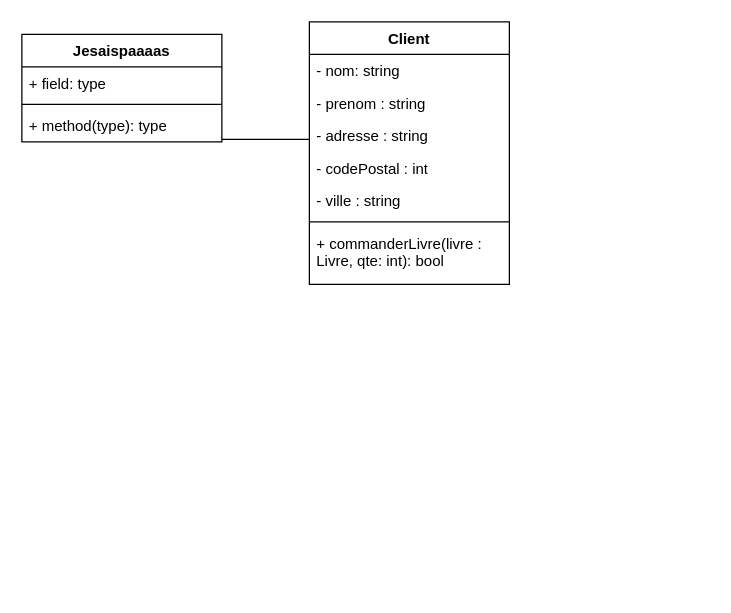
Earlier version of the draw.io diagram diagrammedeclasse.drawio (NolhanDolou/SAE_JAVA). Source tidied: cells renumbered, new cells numbered last; positions are measured from the earlier drawing's top-left corner, leaving out a move shared by most shapes. Both pictures are drawn from the tidied source at 125%, with x=0, y=0 at pixel (21, 21).
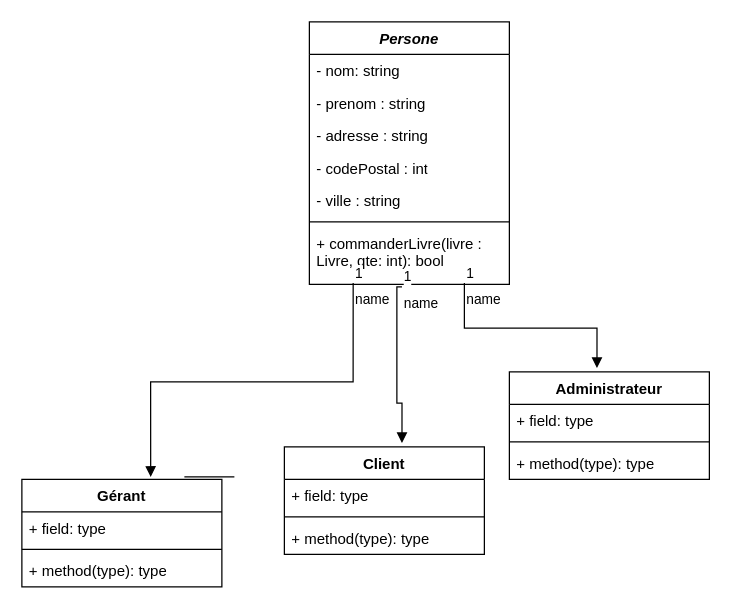
After the change.

Commit message:
Mettre à jour diagrammedeclasse.drawio

Unchanged cells that the change refers to:
```xml
<mxCell id="9" value="+ commanderLivre(livre : Livre, qte: int): bool" style="text;strokeColor=none;fillColor=none;align=left;verticalAlign=top;spacingLeft=4;spacingRight=4;overflow=hidden;points=[[0,0.5],[1,0.5]];portConstraint=eastwest;whiteSpace=wrap;html=1;" parent="2" vertex="1">
  <mxGeometry y="164" width="160" height="46" as="geometry" />
</mxCell>
```

What changed in the source:
```diff
@@
-    <mxCell id="2" value="Client" style="swimlane;fontStyle=1;align=center;verticalAlign=top;horizontal=1;startSize=26;whiteSpace=wrap;html=1;" parent="1" vertex="1">
+    <mxCell id="2" value="&lt;i&gt;Persone&lt;/i&gt;" style="swimlane;fontStyle=1;align=center;verticalAlign=top;horizontal=1;startSize=26;whiteSpace=wrap;html=1;" parent="1" vertex="1">
       <mxGeometry x="230" width="160" height="210" as="geometry" />
     </mxCell>
@@
-    <mxCell id="10" value="Jesaispaaaas" style="swimlane;fontStyle=1;align=center;verticalAlign=top;horizontal=1;startSize=26;whiteSpace=wrap;html=1;" parent="1" vertex="1">
-      <mxGeometry y="10" width="160" height="86" as="geometry" />
-    </mxCell>
-    <mxCell id="11" value="+ field: type" style="text;strokeColor=none;fillColor=none;align=left;verticalAlign=top;spacingLeft=4;spacingRight=4;overflow=hidden;whiteSpace=wrap;html=1;" parent="10" vertex="1">
-      <mxGeometry y="26" width="160" height="26" as="geometry" />
-    </mxCell>
-    <mxCell id="12" style="line;strokeWidth=1;fillColor=none;align=left;verticalAlign=middle;spacingTop=-1;spacingLeft=3;spacingRight=3;labelPosition=right;strokeColor=inherit;" parent="10" vertex="1">
-      <mxGeometry y="52" width="160" height="8" as="geometry" />
-    </mxCell>
-    <mxCell id="13" value="+ method(type): type" style="text;strokeColor=none;fillColor=none;align=left;verticalAlign=top;spacingLeft=4;spacingRight=4;overflow=hidden;whiteSpace=wrap;html=1;" parent="10" vertex="1">
-      <mxGeometry y="60" width="160" height="26" as="geometry" />
-    </mxCell>
-    <mxCell id="14" style="line;strokeWidth=1;fillColor=none;align=left;verticalAlign=middle;spacingTop=-1;spacingLeft=3;spacingRight=3;labelPosition=right;strokeColor=inherit;" parent="1" vertex="1">
-      <mxGeometry x="160" y="90" width="70" height="8" as="geometry" />
-    </mxCell>
+    <mxCell id="15" value="Client" style="swimlane;fontStyle=1;align=center;verticalAlign=top;horizontal=1;startSize=26;whiteSpace=wrap;html=1;" parent="1" vertex="1">
+      <mxGeometry x="210" y="340" width="160" height="86" as="geometry" />
+    </mxCell>
+    <mxCell id="16" value="+ field: type" style="text;strokeColor=none;fillColor=none;align=left;verticalAlign=top;spacingLeft=4;spacingRight=4;overflow=hidden;whiteSpace=wrap;html=1;" parent="15" vertex="1">
+      <mxGeometry y="26" width="160" height="26" as="geometry" />
+    </mxCell>
+    <mxCell id="17" style="line;strokeWidth=1;fillColor=none;align=left;verticalAlign=middle;spacingTop=-1;spacingLeft=3;spacingRight=3;labelPosition=right;strokeColor=inherit;" parent="15" vertex="1">
+      <mxGeometry y="52" width="160" height="8" as="geometry" />
+    </mxCell>
+    <mxCell id="18" value="+ method(type): type" style="text;strokeColor=none;fillColor=none;align=left;verticalAlign=top;spacingLeft=4;spacingRight=4;overflow=hidden;whiteSpace=wrap;html=1;" parent="15" vertex="1">
+      <mxGeometry y="60" width="160" height="26" as="geometry" />
+    </mxCell>
+    <mxCell id="19" value="Administrateur" style="swimlane;fontStyle=1;align=center;verticalAlign=top;horizontal=1;startSize=26;whiteSpace=wrap;html=1;" parent="1" vertex="1">
+      <mxGeometry x="390" y="280" width="160" height="86" as="geometry" />
+    </mxCell>
+    <mxCell id="20" value="+ field: type" style="text;strokeColor=none;fillColor=none;align=left;verticalAlign=top;spacingLeft=4;spacingRight=4;overflow=hidden;whiteSpace=wrap;html=1;" parent="19" vertex="1">
+      <mxGeometry y="26" width="160" height="26" as="geometry" />
+    </mxCell>
+    <mxCell id="21" style="line;strokeWidth=1;fillColor=none;align=left;verticalAlign=middle;spacingTop=-1;spacingLeft=3;spacingRight=3;labelPosition=right;strokeColor=inherit;" parent="19" vertex="1">
+      <mxGeometry y="52" width="160" height="8" as="geometry" />
+    </mxCell>
+    <mxCell id="22" value="+ method(type): type" style="text;strokeColor=none;fillColor=none;align=left;verticalAlign=top;spacingLeft=4;spacingRight=4;overflow=hidden;whiteSpace=wrap;html=1;" parent="19" vertex="1">
+      <mxGeometry y="60" width="160" height="26" as="geometry" />
+    </mxCell>
+    <mxCell id="23" value="Gérant" style="swimlane;fontStyle=1;align=center;verticalAlign=top;horizontal=1;startSize=26;whiteSpace=wrap;html=1;" parent="1" vertex="1">
+      <mxGeometry y="366" width="160" height="86" as="geometry" />
+    </mxCell>
+    <mxCell id="24" value="+ field: type" style="text;strokeColor=none;fillColor=none;align=left;verticalAlign=top;spacingLeft=4;spacingRight=4;overflow=hidden;whiteSpace=wrap;html=1;" parent="23" vertex="1">
+      <mxGeometry y="26" width="160" height="26" as="geometry" />
+    </mxCell>
+    <mxCell id="25" style="line;strokeWidth=1;fillColor=none;align=left;verticalAlign=middle;spacingTop=-1;spacingLeft=3;spacingRight=3;labelPosition=right;strokeColor=inherit;" parent="23" vertex="1">
+      <mxGeometry y="52" width="160" height="8" as="geometry" />
+    </mxCell>
+    <mxCell id="26" value="+ method(type): type" style="text;strokeColor=none;fillColor=none;align=left;verticalAlign=top;spacingLeft=4;spacingRight=4;overflow=hidden;whiteSpace=wrap;html=1;" parent="23" vertex="1">
+      <mxGeometry y="60" width="160" height="26" as="geometry" />
+    </mxCell>
+    <mxCell id="27" style="line;strokeWidth=1;fillColor=none;align=left;verticalAlign=middle;spacingTop=-1;spacingLeft=3;spacingRight=3;labelPosition=right;strokeColor=inherit;" parent="1" vertex="1">
+      <mxGeometry x="130" y="360" width="40" height="8" as="geometry" />
+    </mxCell>
+    <mxCell id="28" value="name" style="endArrow=block;endFill=1;html=1;edgeStyle=orthogonalEdgeStyle;align=left;verticalAlign=top;rounded=0;entryX=0.644;entryY=-0.023;entryDx=0;entryDy=0;entryPerimeter=0;exitX=0.219;exitY=0.978;exitDx=0;exitDy=0;exitPerimeter=0;" parent="1" edge="1" source="9" target="23">
+      <mxGeometry x="-1" relative="1" as="geometry" />
+    </mxCell>
+    <mxCell id="29" value="1" style="edgeLabel;html=1;align=left;verticalAlign=bottom;" parent="28" vertex="1">
+      <mxGeometry x="-1" relative="1" as="geometry" />
+    </mxCell>
+    <mxCell id="30" value="name" style="endArrow=block;endFill=1;html=1;edgeStyle=orthogonalEdgeStyle;align=left;verticalAlign=top;rounded=0;exitX=0.463;exitY=1.043;exitDx=0;exitDy=0;exitPerimeter=0;entryX=0.588;entryY=-0.035;entryDx=0;entryDy=0;entryPerimeter=0;" parent="1" edge="1" source="9" target="15">
+      <mxGeometry x="-1" relative="1" as="geometry">
+        <Array as="points">
+          <mxPoint x="300" y="212" />
+          <mxPoint x="300" y="305" />
+          <mxPoint x="304" y="305" />
+        </Array>
+      </mxGeometry>
+    </mxCell>
+    <mxCell id="31" value="1" style="edgeLabel;html=1;align=left;verticalAlign=bottom;" parent="30" vertex="1">
+      <mxGeometry x="-1" relative="1" as="geometry" />
+    </mxCell>
+    <mxCell id="32" value="name" style="endArrow=block;endFill=1;html=1;edgeStyle=orthogonalEdgeStyle;align=left;verticalAlign=top;rounded=0;exitX=0.775;exitY=0.978;exitDx=0;exitDy=0;exitPerimeter=0;entryX=0.438;entryY=-0.035;entryDx=0;entryDy=0;entryPerimeter=0;" parent="1" edge="1" source="9" target="19">
+      <mxGeometry x="-1" relative="1" as="geometry" />
+    </mxCell>
+    <mxCell id="33" value="1" style="edgeLabel;html=1;align=left;verticalAlign=bottom;" parent="32" vertex="1">
+      <mxGeometry x="-1" relative="1" as="geometry" />
+    </mxCell>
```
